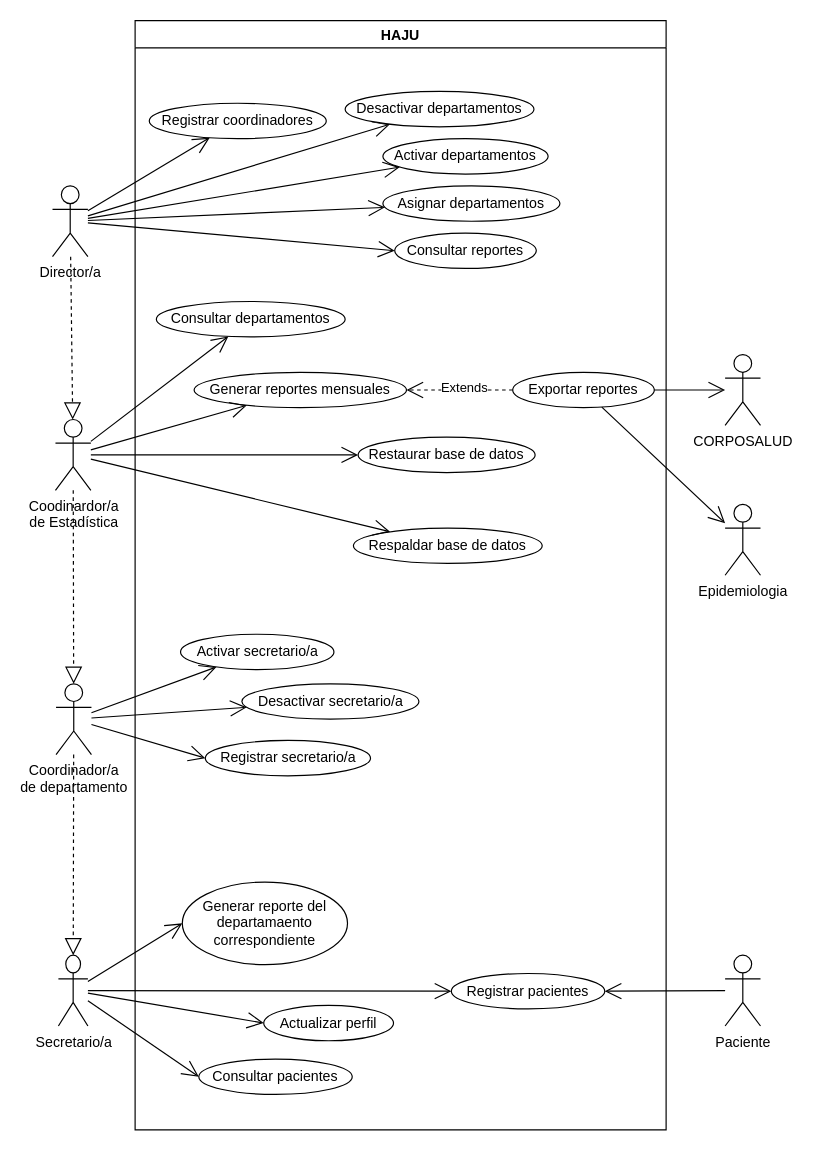
Earlier version of the draw.io diagram page "Casos de Uso General" (5 of 5) of docs/Diagramas.drawio (fadrian06/haju). Source tidied: cells renumbered, new cells numbered last; positions are measured from the earlier drawing's top-left corner, leaving out a move shared by most shapes. Both pictures are drawn from the tidied source at 118%, with x=0, y=0 at pixel (52, 20).
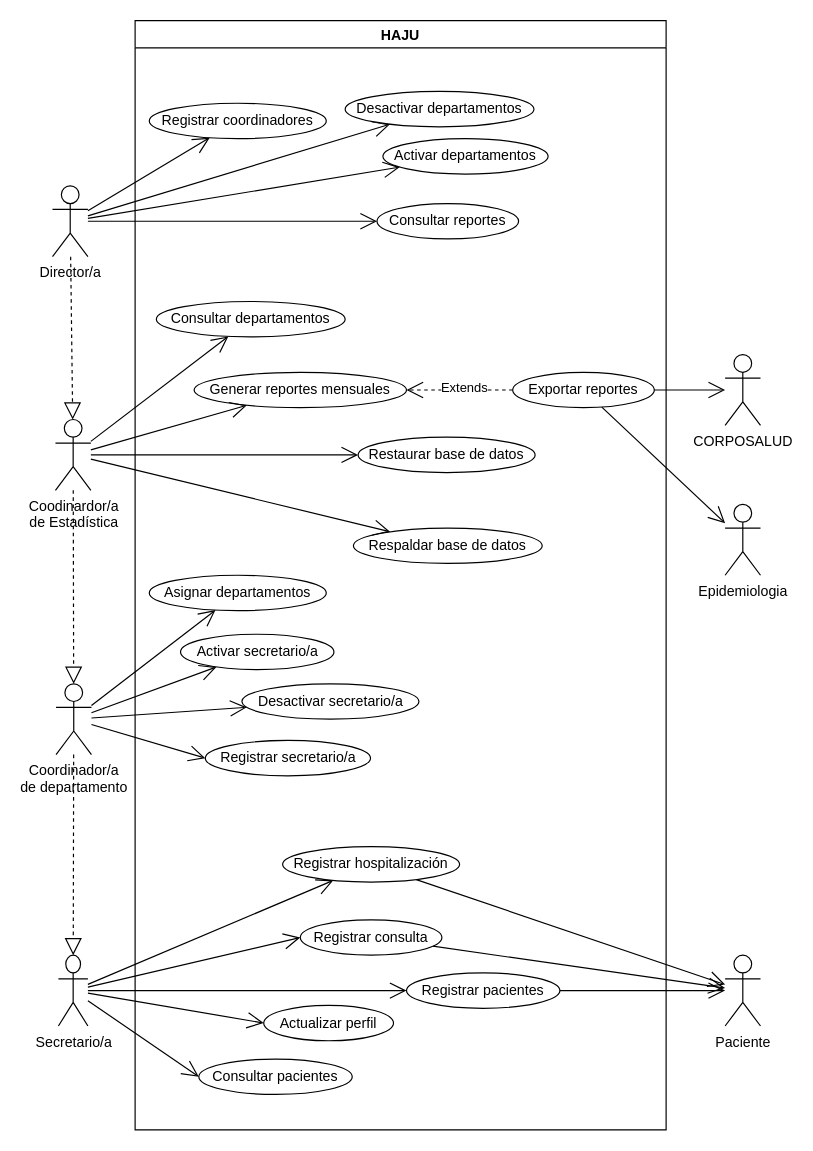
The same page after the edit.

The change refers to these unchanged cells:
```xml
<mxCell id="4" value="Secretario/a" style="shape=umlActor;verticalLabelPosition=bottom;verticalAlign=top;html=1;outlineConnect=0;" parent="1" vertex="1">
  <mxGeometry x="5" y="792" width="25" height="60" as="geometry" />
</mxCell>
<mxCell id="5" value="HAJU" style="swimlane;" parent="1" vertex="1">
  <mxGeometry x="70" width="450" height="940" as="geometry" />
</mxCell>
<mxCell id="24" value="Paciente" style="shape=umlActor;verticalLabelPosition=bottom;verticalAlign=top;html=1;" parent="1" vertex="1">
  <mxGeometry x="570" y="792" width="30" height="60" as="geometry" />
</mxCell>
<mxCell id="30" value="Coordinador/a&lt;br&gt;de departamento" style="shape=umlActor;verticalLabelPosition=bottom;verticalAlign=top;html=1;" parent="1" vertex="1">
  <mxGeometry x="3" y="562" width="30" height="60" as="geometry" />
</mxCell>
<mxCell id="47" value="Director/a" style="shape=umlActor;verticalLabelPosition=bottom;verticalAlign=top;html=1;" parent="1" vertex="1">
  <mxGeometry y="140" width="30" height="60" as="geometry" />
</mxCell>
```

What changed in the source:
```diff
@@
     <mxCell id="6" value="Registrar pacientes" style="ellipse;whiteSpace=wrap;html=1;" parent="5" vertex="1">
-      <mxGeometry x="268" y="807.5" width="130" height="30" as="geometry" />
+      <mxGeometry x="230" y="807" width="130" height="30" as="geometry" />
     </mxCell>
@@
-    <mxCell id="8" value="Generar reporte del departamaento correspondiente" style="ellipse;whiteSpace=wrap;html=1;" parent="5" vertex="1">
-      <mxGeometry x="40" y="730" width="140" height="70" as="geometry" />
+    <mxCell id="8" value="Registrar consulta" style="ellipse;whiteSpace=wrap;html=1;" parent="5" vertex="1">
+      <mxGeometry x="140" y="762" width="120" height="30" as="geometry" />
     </mxCell>
@@
     <mxCell id="17" value="Asignar departamentos" style="ellipse;whiteSpace=wrap;html=1;" parent="5" vertex="1">
-      <mxGeometry x="210" y="140" width="150" height="30" as="geometry" />
+      <mxGeometry x="12" y="470" width="150" height="30" as="geometry" />
     </mxCell>
@@
     <mxCell id="22" value="Consultar reportes" style="ellipse;whiteSpace=wrap;html=1;" parent="5" vertex="1">
-      <mxGeometry x="220" y="180" width="120" height="30" as="geometry" />
+      <mxGeometry x="205" y="155" width="120" height="30" as="geometry" />
     </mxCell>
@@
+    <mxCell id="50" value="Registrar hospitalización" style="ellipse;whiteSpace=wrap;html=1;" parent="5" vertex="1">
+      <mxGeometry x="125" y="700" width="150" height="30" as="geometry" />
+    </mxCell>
@@
-    <mxCell id="29" style="endArrow=open;endFill=1;endSize=12;html=1;rounded=0;entryX=1;entryY=0.5;entryDx=0;entryDy=0;" parent="1" edge="1" source="24" target="6">
-      <mxGeometry relative="1" as="geometry" />
-    </mxCell>
@@
-    <mxCell id="40" style="endArrow=open;endFill=1;endSize=12;html=1;rounded=0;" parent="1" edge="1" source="47" target="17">
+    <mxCell id="40" style="endArrow=open;endFill=1;endSize=12;html=1;rounded=0;" parent="1" edge="1" source="30" target="17">
       <mxGeometry relative="1" as="geometry" />
     </mxCell>
@@
+    <mxCell id="51" style="endArrow=open;endFill=1;endSize=12;html=1;rounded=0;" parent="1" edge="1" source="4" target="50">
+      <mxGeometry relative="1" as="geometry" />
+    </mxCell>
+    <mxCell id="52" style="endArrow=open;endFill=1;endSize=12;html=1;rounded=0;" parent="1" edge="1" source="6" target="24">
+      <mxGeometry relative="1" as="geometry" />
+    </mxCell>
+    <mxCell id="53" style="endArrow=open;endFill=1;endSize=12;html=1;rounded=0;" parent="1" edge="1" source="8" target="24">
+      <mxGeometry relative="1" as="geometry" />
+    </mxCell>
+    <mxCell id="54" style="endArrow=open;endFill=1;endSize=12;html=1;rounded=0;" parent="1" edge="1" source="50" target="24">
+      <mxGeometry relative="1" as="geometry" />
+    </mxCell>
```
